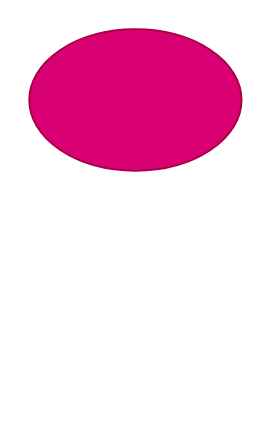
Earlier version of the draw.io diagram demoLagi.drawio (JaozaHaqq/coba). Source tidied: cells renumbered, new cells numbered last; positions are measured from the earlier drawing's top-left corner, leaving out a move shared by most shapes. Both pictures are drawn from the tidied source at 177%, with x=0, y=0 at pixel (28, 28).
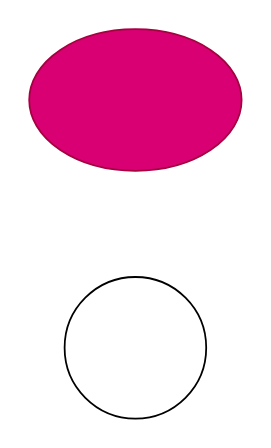
Above is the later version.

Diff of the diagram source:
```diff
@@
 <mxGraphModel>
   <root>
     <mxCell id="0" />
     <mxCell id="1" parent="0" />
     <mxCell id="2" style="ellipse;whiteSpace=wrap;html=1;fillColor=#d80073;fontColor=#ffffff;strokeColor=#A50040;" parent="1" vertex="1">
       <mxGeometry width="120" height="80" as="geometry" />
     </mxCell>
+    <mxCell id="3" style="ellipse;whiteSpace=wrap;html=1;" parent="1" vertex="1">
+      <mxGeometry x="20" y="140" width="80" height="80" as="geometry" />
+    </mxCell>
   </root>
 </mxGraphModel>
```
